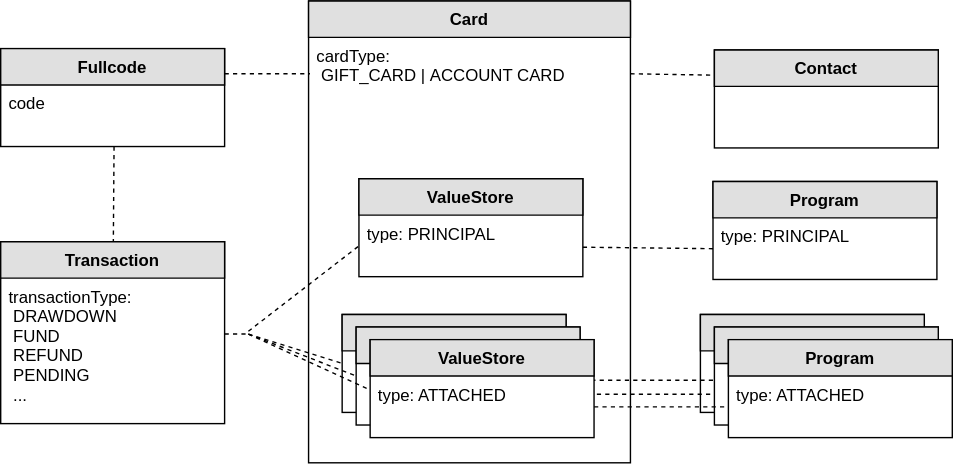
Earlier version of the draw.io export docs/assets/lightrail-objects.svg (DecentricCorp/Lightrail-API-Docs). Source tidied: cells renumbered, new cells last; positions are measured from the earlier drawing's top-left corner, leaving out a move shared by most shapes.
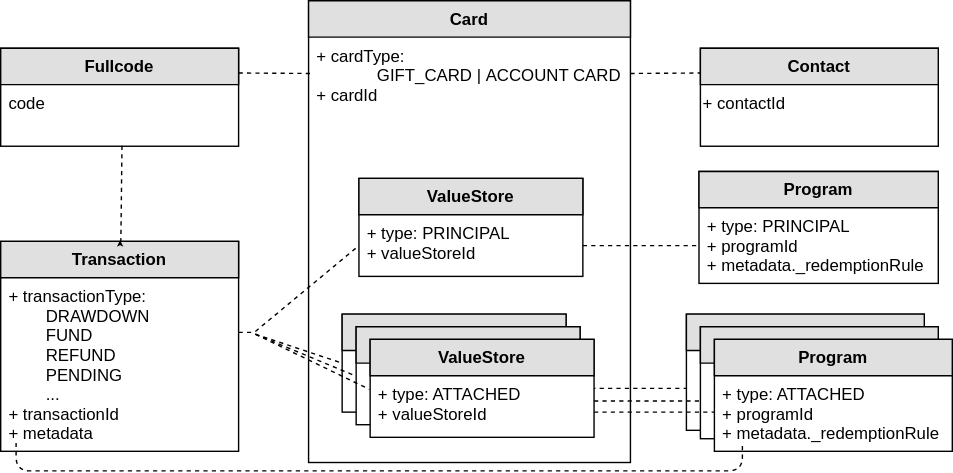
Above is the later version.

Commit message:
updating the object model diagram

Diff of the diagram source:
```diff
@@ -5,51 +5,55 @@
     <mxCell id="2" value="Card" style="swimlane;fontStyle=1;horizontal=1;startSize=26;fillColor=#e0e0e0;swimlaneFillColor=#ffffff;align=center;" parent="1" vertex="1">
       <mxGeometry x="220" width="230" height="330" as="geometry" />
     </mxCell>
-    <mxCell id="3" value="cardType: &#10; GIFT_CARD | ACCOUNT CARD&#10;" style="text;strokeColor=none;fillColor=none;spacingLeft=4;spacingRight=4;overflow=hidden;" parent="2" vertex="1">
+    <mxCell id="3" value="+ cardType: &#10;             GIFT_CARD | ACCOUNT CARD&#10;+ cardId&#10;" style="text;strokeColor=none;fillColor=none;spacingLeft=4;spacingRight=4;overflow=hidden;" parent="2" vertex="1">
       <mxGeometry y="26" width="230" height="304" as="geometry" />
     </mxCell>
     <mxCell id="4" value="ValueStore" style="swimlane;fontStyle=1;horizontal=1;startSize=26;fillColor=#e0e0e0;swimlaneFillColor=#ffffff;align=center;" parent="1" vertex="1">
       <mxGeometry x="256" y="127" width="160" height="70" as="geometry" />
     </mxCell>
-    <mxCell id="5" value="type: PRINCIPAL" style="text;strokeColor=none;fillColor=none;spacingLeft=4;spacingRight=4;overflow=hidden;points=[[0,0.5],[1,0.5]];portConstraint=eastwest;" parent="4" vertex="1">
+    <mxCell id="5" value="+ type: PRINCIPAL&#10;+ valueStoreId" style="text;strokeColor=none;fillColor=none;spacingLeft=4;spacingRight=4;overflow=hidden;points=[[0,0.5],[1,0.5]];portConstraint=eastwest;" parent="4" vertex="1">
       <mxGeometry y="26" width="160" height="44" as="geometry" />
     </mxCell>
     <mxCell id="6" value="Program" style="swimlane;fontStyle=1;horizontal=1;startSize=26;fillColor=#e0e0e0;swimlaneFillColor=#ffffff;align=center;" parent="1" vertex="1">
-      <mxGeometry x="509" y="129" width="160" height="70" as="geometry" />
+      <mxGeometry x="499" y="122" width="171" height="80" as="geometry" />
     </mxCell>
-    <mxCell id="7" value="type: PRINCIPAL" style="text;strokeColor=none;fillColor=none;spacingLeft=4;spacingRight=4;overflow=hidden;points=[[0,0.5],[1,0.5]];portConstraint=eastwest;" parent="6" vertex="1">
-      <mxGeometry y="26" width="160" height="44" as="geometry" />
+    <mxCell id="7" value="+ type: PRINCIPAL&#10;+ programId&#10;+ metadata._redemptionRule&#10;" style="text;strokeColor=none;fillColor=none;spacingLeft=4;spacingRight=4;overflow=hidden;points=[[0,0.5],[1,0.5]];portConstraint=eastwest;" parent="6" vertex="1">
+      <mxGeometry y="26" width="171" height="54" as="geometry" />
     </mxCell>
     <mxCell id="8" style="swimlane;fontStyle=1;horizontal=1;startSize=26;fillColor=#e0e0e0;swimlaneFillColor=#ffffff;align=center;" parent="1" vertex="1">
-      <mxGeometry x="500" y="224" width="160" height="70" as="geometry" />
+      <mxGeometry x="490" y="224" width="170" height="83" as="geometry" />
     </mxCell>
     <mxCell id="9" style="swimlane;fontStyle=1;horizontal=1;startSize=26;fillColor=#e0e0e0;swimlaneFillColor=#ffffff;align=center;" parent="1" vertex="1">
-      <mxGeometry x="510" y="233" width="160" height="70" as="geometry" />
+      <mxGeometry x="500" y="233" width="170" height="80" as="geometry" />
     </mxCell>
     <mxCell id="10" value="&#10;" style="text;strokeColor=none;fillColor=none;spacingLeft=4;spacingRight=4;overflow=hidden;points=[[0,0.5],[1,0.5]];portConstraint=eastwest;" parent="9" vertex="1">
-      <mxGeometry y="26" width="160" height="44" as="geometry" />
+      <mxGeometry y="26" width="170" height="54" as="geometry" />
     </mxCell>
     <mxCell id="11" value="Program" style="swimlane;fontStyle=1;horizontal=1;startSize=26;fillColor=#e0e0e0;swimlaneFillColor=#ffffff;align=center;" parent="1" vertex="1">
-      <mxGeometry x="520" y="242" width="160" height="70" as="geometry" />
+      <mxGeometry x="510" y="242" width="170" height="80" as="geometry" />
     </mxCell>
-    <mxCell id="12" value="type: ATTACHED" style="text;strokeColor=none;fillColor=none;spacingLeft=4;spacingRight=4;overflow=hidden;points=[[0,0.5],[1,0.5]];portConstraint=eastwest;" parent="11" vertex="1">
-      <mxGeometry y="26" width="160" height="44" as="geometry" />
+    <mxCell id="12" value="+ type: ATTACHED&#10;+ programId&#10;+ metadata._redemptionRule" style="text;strokeColor=none;fillColor=none;spacingLeft=4;spacingRight=4;overflow=hidden;points=[[0,0.5],[1,0.5]];portConstraint=eastwest;" parent="11" vertex="1">
+      <mxGeometry y="26" width="170" height="54" as="geometry" />
     </mxCell>
     <mxCell id="13" style="endArrow=none;dashed=1;html=1;entryX=0;entryY=0.5;" parent="1" edge="1" source="5" target="7">
       <mxGeometry relative="1" as="geometry" />
     </mxCell>
-    <mxCell id="14" style="endArrow=none;dashed=1;html=1;exitX=1;exitY=0.5;entryX=0;entryY=0.5;" parent="1" edge="1" source="20" target="12">
-      <mxGeometry relative="1" as="geometry" />
+    <mxCell id="14" style="endArrow=none;dashed=1;html=1;exitX=1;exitY=0.5;" parent="1" edge="1">
+      <mxGeometry relative="1" as="geometry">
+        <mxPoint x="424" y="294" as="sourcePoint" />
+        <mxPoint x="510" y="294" as="targetPoint" />
+      </mxGeometry>
     </mxCell>
-    <mxCell id="15" style="endArrow=none;dashed=1;html=1;entryX=0;entryY=0.5;" parent="1" edge="1" target="10">
+    <mxCell id="15" style="endArrow=none;dashed=1;html=1;" parent="1" edge="1">
       <mxGeometry relative="1" as="geometry">
-        <mxPoint x="420" y="281" as="sourcePoint" />
+        <mxPoint x="418" y="286" as="sourcePoint" />
+        <mxPoint x="500" y="286" as="targetPoint" />
       </mxGeometry>
     </mxCell>
     <mxCell id="16" style="endArrow=none;dashed=1;html=1;exitX=1;exitY=0.5;" parent="1" edge="1">
       <mxGeometry relative="1" as="geometry">
-        <mxPoint x="410" y="271" as="sourcePoint" />
-        <mxPoint x="510" y="271" as="targetPoint" />
+        <mxPoint x="410" y="277" as="sourcePoint" />
+        <mxPoint x="490" y="277" as="targetPoint" />
       </mxGeometry>
     </mxCell>
     <mxCell id="17" style="swimlane;fontStyle=1;horizontal=1;startSize=26;fillColor=#e0e0e0;swimlaneFillColor=#ffffff;align=center;" parent="1" vertex="1">
@@ -61,17 +65,20 @@
     <mxCell id="19" value="ValueStore" style="swimlane;fontStyle=1;horizontal=1;startSize=26;fillColor=#e0e0e0;swimlaneFillColor=#ffffff;align=center;" parent="1" vertex="1">
       <mxGeometry x="264" y="242" width="160" height="70" as="geometry" />
     </mxCell>
-    <mxCell id="20" value="type: ATTACHED" style="text;strokeColor=none;fillColor=none;spacingLeft=4;spacingRight=4;overflow=hidden;points=[[0,0.5],[1,0.5]];portConstraint=eastwest;" parent="19" vertex="1">
+    <mxCell id="20" value="+ type: ATTACHED&#10;+ valueStoreId" style="text;strokeColor=none;fillColor=none;spacingLeft=4;spacingRight=4;overflow=hidden;points=[[0,0.5],[1,0.5]];portConstraint=eastwest;" parent="19" vertex="1">
       <mxGeometry y="26" width="160" height="44" as="geometry" />
     </mxCell>
     <mxCell id="21" value="Contact" style="swimlane;fontStyle=1;horizontal=1;startSize=26;fillColor=#e0e0e0;swimlaneFillColor=#ffffff;align=center;" parent="1" vertex="1">
-      <mxGeometry x="510" y="35" width="160" height="70" as="geometry" />
+      <mxGeometry x="500" y="34" width="170" height="70" as="geometry" />
     </mxCell>
+    <mxCell id="36" value="+ contactId" style="text;html=1;" parent="21" vertex="1">
+      <mxGeometry y="26" width="170" height="44" as="geometry" />
+    </mxCell>
     <mxCell id="22" value="Fullcode" style="swimlane;fontStyle=1;horizontal=1;startSize=26;fillColor=#e0e0e0;swimlaneFillColor=#ffffff;align=center;" parent="1" vertex="1">
-      <mxGeometry y="34" width="160" height="70" as="geometry" />
+      <mxGeometry y="34" width="170" height="70" as="geometry" />
     </mxCell>
     <mxCell id="23" value="code" style="text;strokeColor=none;fillColor=none;spacingLeft=4;spacingRight=4;overflow=hidden;points=[[0,0.5],[1,0.5]];portConstraint=eastwest;" parent="22" vertex="1">
-      <mxGeometry y="26" width="160" height="44" as="geometry" />
+      <mxGeometry y="26" width="170" height="44" as="geometry" />
     </mxCell>
     <mxCell id="24" style="endArrow=none;dashed=1;html=1;exitX=1;exitY=0.25;" parent="1" edge="1" source="22">
       <mxGeometry relative="1" as="geometry">
@@ -84,17 +91,18 @@
       </mxGeometry>
     </mxCell>
     <mxCell id="26" value="Transaction" style="swimlane;fontStyle=1;horizontal=1;startSize=26;fillColor=#e0e0e0;swimlaneFillColor=#ffffff;align=center;" parent="1" vertex="1">
-      <mxGeometry y="172" width="160" height="130" as="geometry" />
+      <mxGeometry y="172" width="170" height="150" as="geometry" />
     </mxCell>
-    <mxCell id="27" value="transactionType: &#10; DRAWDOWN&#10; FUND&#10; REFUND&#10; PENDING&#10; ...&#10; &#10;" style="text;strokeColor=none;fillColor=none;spacingLeft=4;spacingRight=4;overflow=hidden;" parent="26" vertex="1">
-      <mxGeometry y="26" width="160" height="104" as="geometry" />
+    <mxCell id="27" value="+ transactionType: &#10;        DRAWDOWN&#10;        FUND&#10;        REFUND&#10;        PENDING&#10;        ...&#10;+ transactionId&#10;+ metadata&#10;" style="text;strokeColor=none;fillColor=none;spacingLeft=4;spacingRight=4;overflow=hidden;" parent="26" vertex="1">
+      <mxGeometry y="26" width="170" height="124" as="geometry" />
     </mxCell>
     <mxCell id="28" style="ellipse;whiteSpace=wrap;html=1;" parent="1" vertex="1">
-      <mxGeometry x="177" y="236" height="4" as="geometry" />
+      <mxGeometry x="182" y="236" height="4" as="geometry" />
     </mxCell>
-    <mxCell id="29" style="endArrow=none;dashed=1;html=1;entryX=0;entryY=0.5;" parent="1" edge="1" target="28">
+    <mxCell id="29" style="endArrow=none;dashed=1;html=1;" parent="1" edge="1">
       <mxGeometry relative="1" as="geometry">
-        <mxPoint x="160" y="238" as="sourcePoint" />
+        <mxPoint x="170" y="237" as="sourcePoint" />
+        <mxPoint x="180" y="237" as="targetPoint" />
       </mxGeometry>
     </mxCell>
     <mxCell id="30" style="endArrow=none;dashed=1;html=1;entryX=0;entryY=0.5;exitX=1;exitY=0;" parent="1" edge="1" source="28" target="5">
@@ -115,5 +123,15 @@
     <mxCell id="35" style="endArrow=none;dashed=1;html=1;exitX=0.508;exitY=0.995;exitPerimeter=0;" parent="1" edge="1" source="23" target="26">
       <mxGeometry relative="1" as="geometry" />
     </mxCell>
+    <mxCell id="37" style="endArrow=none;dashed=1;html=1;" parent="1" edge="1">
+      <mxGeometry relative="1" as="geometry">
+        <mxPoint x="11" y="316" as="sourcePoint" />
+        <mxPoint x="530" y="316" as="targetPoint" />
+        <Array as="points">
+          <mxPoint x="11" y="336" />
+          <mxPoint x="530" y="336" />
+        </Array>
+      </mxGeometry>
+    </mxCell>
   </root>
 </mxGraphModel>
```
